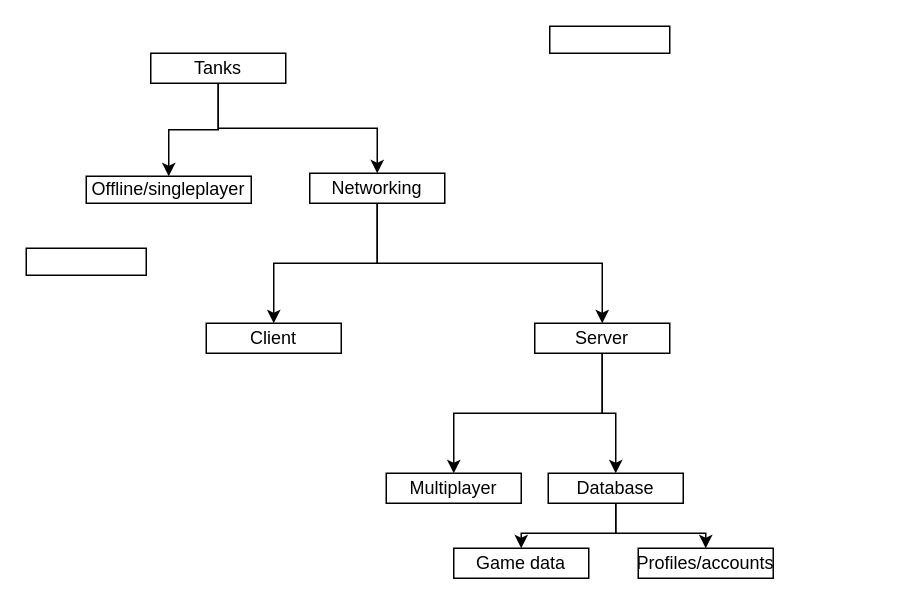
Earlier version of the draw.io diagram Tanks.drawio (bsawyerr/Ndrive). Source tidied: cells renumbered, new cells numbered last; positions are measured from the earlier drawing's top-left corner, leaving out a move shared by most shapes. Both pictures are drawn from the tidied source at 150%, with x=0, y=0 at pixel (26, 26).
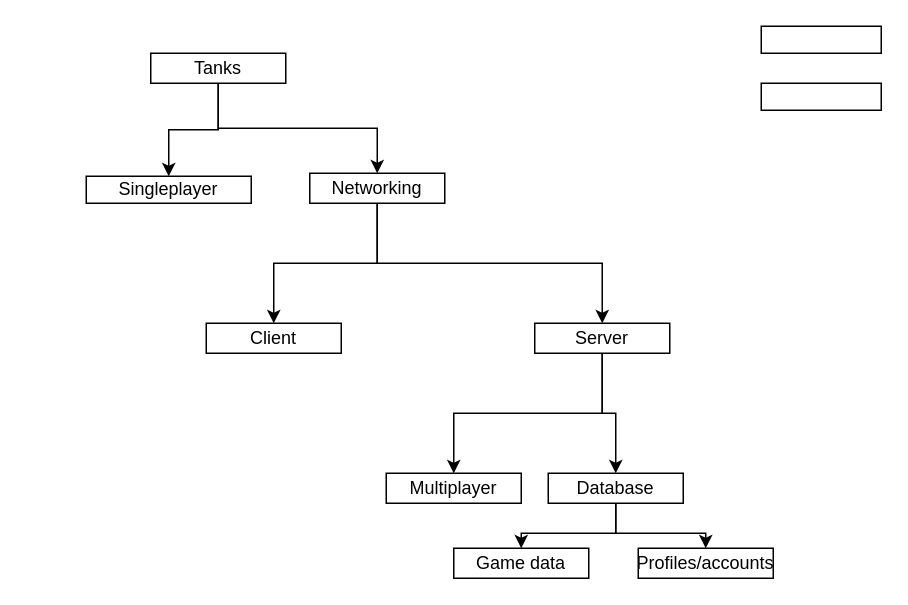
After the change.

Change to the diagram source:
```diff
@@
-    <mxCell id="11" value="Offline/singleplayer" style="rounded=0;whiteSpace=wrap;html=1;" parent="1" vertex="1">
+    <mxCell id="11" value="Singleplayer" style="rounded=0;whiteSpace=wrap;html=1;" parent="1" vertex="1">
       <mxGeometry x="40" y="100" width="110" height="18" as="geometry" />
     </mxCell>
@@
     <mxCell id="19" style="rounded=0;whiteSpace=wrap;html=1;" parent="1" vertex="1">
-      <mxGeometry x="349" width="80" height="18" as="geometry" />
+      <mxGeometry x="490" y="38" width="80" height="18" as="geometry" />
     </mxCell>
     <mxCell id="20" style="rounded=0;whiteSpace=wrap;html=1;" parent="1" vertex="1">
-      <mxGeometry y="148" width="80" height="18" as="geometry" />
+      <mxGeometry x="490" width="80" height="18" as="geometry" />
     </mxCell>
```
